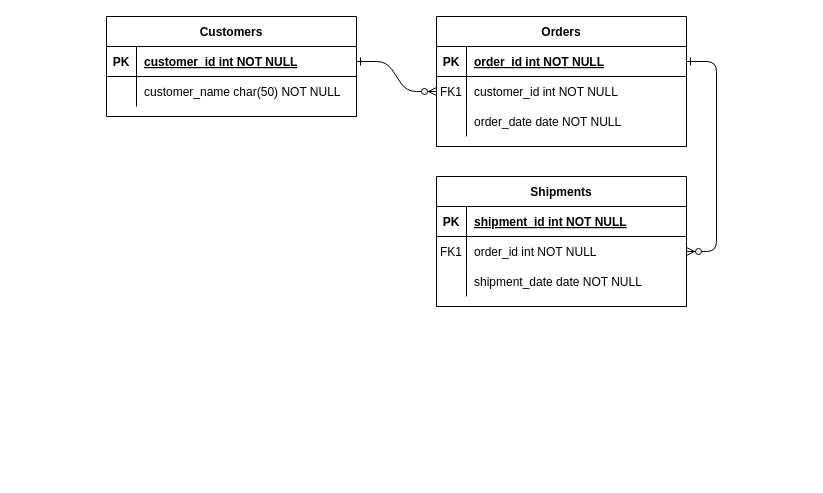
The draw.io diagram Untitled Diagram.drawio in edgarglzpz/test, before the edit. Source tidied: cells renumbered, new cells numbered last; positions are measured from the earlier drawing's top-left corner, leaving out a move shared by most shapes. Both pictures are drawn from the tidied source at 100%, with x=0, y=0 at pixel (106, 16).
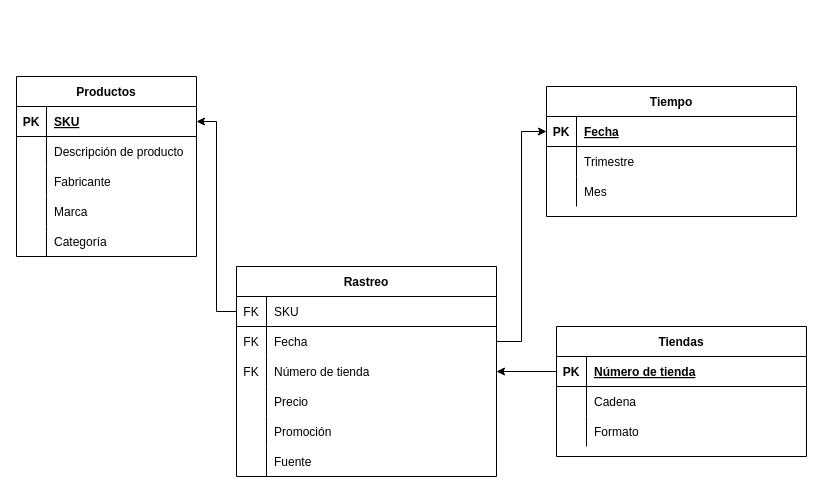
Above is the later version.

The change refers to these unchanged cells:
```xml
<mxCell id="15" style="shape=partialRectangle;fillColor=none;points=[[0,0.5],[1,0.5]];portConstraint=eastwest;top=0;left=0;right=0;bottom=1;" parent="14" vertex="1">
  <mxGeometry y="30" width="250" height="30" as="geometry" />
</mxCell>
<mxCell id="18" style="shape=partialRectangle;fillColor=none;points=[[0,0.5],[1,0.5]];portConstraint=eastwest;top=0;left=0;right=0;bottom=0;" parent="14" vertex="1">
  <mxGeometry y="60" width="250" height="30" as="geometry" />
</mxCell>
<mxCell id="21" style="shape=partialRectangle;fillColor=none;top=0;left=0;right=0;bottom=0;" parent="14" vertex="1">
  <mxGeometry y="90" width="250" height="30" as="geometry" />
</mxCell>
```

Diff of the diagram source:
```diff
@@
-    <mxCell id="2" style="edgeStyle=entityRelationEdgeStyle;endArrow=ERzeroToMany;startArrow=ERone;endFill=1;startFill=0;" parent="1" edge="1" source="25" target="8">
-      <mxGeometry relative="1" as="geometry" />
-    </mxCell>
-    <mxCell id="3" style="edgeStyle=entityRelationEdgeStyle;endArrow=ERzeroToMany;startArrow=ERone;endFill=1;startFill=0;" parent="1" edge="1" source="5" target="18">
-      <mxGeometry relative="1" as="geometry" />
-    </mxCell>
-    <mxCell id="4" value="Orders" style="shape=table;startSize=30;childLayout=tableLayout;rowLines=0;fontStyle=1;align=center;" parent="1" vertex="1">
-      <mxGeometry x="330" width="250" height="130" as="geometry" />
+    <mxCell id="4" value="Rastreo" style="shape=table;startSize=30;childLayout=tableLayout;rowLines=0;fontStyle=1;align=center;flipH=1;" parent="1" vertex="1">
+      <mxGeometry x="130" y="250" width="260" height="210" as="geometry" />
     </mxCell>
     <mxCell id="5" style="shape=partialRectangle;fillColor=none;points=[[0,0.5],[1,0.5]];portConstraint=eastwest;top=0;left=0;right=0;bottom=1;" parent="4" vertex="1">
-      <mxGeometry y="30" width="250" height="30" as="geometry" />
+      <mxGeometry y="30" width="260" height="30" as="geometry" />
     </mxCell>
-    <mxCell id="6" value="PK" style="shape=partialRectangle;overflow=hidden;fillColor=none;top=0;left=0;bottom=0;right=0;fontStyle=1;" parent="5" vertex="1">
+    <mxCell id="6" value="FK" style="shape=partialRectangle;overflow=hidden;fillColor=none;top=0;left=0;bottom=0;right=0;fontStyle=0;" parent="5" vertex="1">
       <mxGeometry width="30" height="30" as="geometry" />
     </mxCell>
-    <mxCell id="7" value="order_id int NOT NULL " style="shape=partialRectangle;overflow=hidden;fillColor=none;top=0;left=0;bottom=0;right=0;align=left;spacingLeft=6;fontStyle=5;" parent="5" vertex="1">
-      <mxGeometry x="30" width="220" height="30" as="geometry" />
+    <mxCell id="7" value="SKU" style="shape=partialRectangle;overflow=hidden;fillColor=none;top=0;left=0;bottom=0;right=0;align=left;spacingLeft=6;fontStyle=0;" parent="5" vertex="1">
+      <mxGeometry x="30" width="230" height="30" as="geometry" />
     </mxCell>
     <mxCell id="8" style="shape=partialRectangle;fillColor=none;points=[[0,0.5],[1,0.5]];portConstraint=eastwest;top=0;left=0;right=0;bottom=0;" parent="4" vertex="1">
-      <mxGeometry y="60" width="250" height="30" as="geometry" />
+      <mxGeometry y="60" width="260" height="30" as="geometry" />
     </mxCell>
-    <mxCell id="9" value="FK1" style="shape=partialRectangle;overflow=hidden;fillColor=none;top=0;left=0;bottom=0;right=0;" parent="8" vertex="1">
+    <mxCell id="9" value="FK" style="shape=partialRectangle;overflow=hidden;fillColor=none;top=0;left=0;bottom=0;right=0;" parent="8" vertex="1">
       <mxGeometry width="30" height="30" as="geometry" />
     </mxCell>
-    <mxCell id="10" value="customer_id int NOT NULL" style="shape=partialRectangle;overflow=hidden;fillColor=none;top=0;left=0;bottom=0;right=0;align=left;spacingLeft=6;" parent="8" vertex="1">
-      <mxGeometry x="30" width="220" height="30" as="geometry" />
+    <mxCell id="10" value="Fecha" style="shape=partialRectangle;overflow=hidden;fillColor=none;top=0;left=0;bottom=0;right=0;align=left;spacingLeft=6;" parent="8" vertex="1">
+      <mxGeometry x="30" width="230" height="30" as="geometry" />
     </mxCell>
     <mxCell id="11" style="shape=partialRectangle;fillColor=none;points=[[0,0.5],[1,0.5]];portConstraint=eastwest;top=0;left=0;right=0;bottom=0;" parent="4" vertex="1">
-      <mxGeometry y="90" width="250" height="30" as="geometry" />
+      <mxGeometry y="90" width="260" height="30" as="geometry" />
     </mxCell>
-    <mxCell id="12" style="shape=partialRectangle;overflow=hidden;fillColor=none;top=0;left=0;bottom=0;right=0;" parent="11" vertex="1">
+    <mxCell id="12" value="FK" style="shape=partialRectangle;overflow=hidden;fillColor=none;top=0;left=0;bottom=0;right=0;" parent="11" vertex="1">
       <mxGeometry width="30" height="30" as="geometry" />
     </mxCell>
-    <mxCell id="13" value="order_date date NOT NULL" style="shape=partialRectangle;overflow=hidden;fillColor=none;top=0;left=0;bottom=0;right=0;align=left;spacingLeft=6;" parent="11" vertex="1">
-      <mxGeometry x="30" width="220" height="30" as="geometry" />
+    <mxCell id="13" value="Número de tienda" style="shape=partialRectangle;overflow=hidden;fillColor=none;top=0;left=0;bottom=0;right=0;align=left;spacingLeft=6;" parent="11" vertex="1">
+      <mxGeometry x="30" width="230" height="30" as="geometry" />
     </mxCell>
+    <mxCell id="31" style="shape=partialRectangle;fillColor=none;top=0;left=0;right=0;bottom=0;" parent="4" vertex="1">
+      <mxGeometry y="120" width="260" height="30" as="geometry" />
+    </mxCell>
+    <mxCell id="32" style="shape=partialRectangle;overflow=hidden;fillColor=none;top=0;left=0;bottom=0;right=0;" parent="31" vertex="1">
+      <mxGeometry width="30" height="30" as="geometry" />
+    </mxCell>
+    <mxCell id="33" value="Precio" style="shape=partialRectangle;overflow=hidden;fillColor=none;top=0;left=0;bottom=0;right=0;align=left;spacingLeft=6;" parent="31" vertex="1">
+      <mxGeometry x="30" width="230" height="30" as="geometry" />
+    </mxCell>
+    <mxCell id="34" style="shape=partialRectangle;fillColor=none;top=0;left=0;right=0;bottom=0;" parent="4" vertex="1">
+      <mxGeometry y="150" width="260" height="30" as="geometry" />
+    </mxCell>
+    <mxCell id="35" style="shape=partialRectangle;overflow=hidden;fillColor=none;top=0;left=0;bottom=0;right=0;" parent="34" vertex="1">
+      <mxGeometry width="30" height="30" as="geometry" />
+    </mxCell>
+    <mxCell id="36" value="Promoción" style="shape=partialRectangle;overflow=hidden;fillColor=none;top=0;left=0;bottom=0;right=0;align=left;spacingLeft=6;" parent="34" vertex="1">
+      <mxGeometry x="30" width="230" height="30" as="geometry" />
+    </mxCell>
+    <mxCell id="37" style="shape=partialRectangle;fillColor=none;top=0;left=0;right=0;bottom=0;" parent="4" vertex="1">
+      <mxGeometry y="180" width="260" height="30" as="geometry" />
+    </mxCell>
+    <mxCell id="38" style="shape=partialRectangle;overflow=hidden;fillColor=none;top=0;left=0;bottom=0;right=0;" parent="37" vertex="1">
+      <mxGeometry width="30" height="30" as="geometry" />
+    </mxCell>
+    <mxCell id="39" value="Fuente" style="shape=partialRectangle;overflow=hidden;fillColor=none;top=0;left=0;bottom=0;right=0;align=left;spacingLeft=6;" parent="37" vertex="1">
+      <mxGeometry x="30" width="230" height="30" as="geometry" />
+    </mxCell>
-    <mxCell id="14" value="Shipments" style="shape=table;startSize=30;childLayout=tableLayout;rowLines=0;fontStyle=1;align=center;" parent="1" vertex="1">
-      <mxGeometry x="330" y="160" width="250" height="130" as="geometry" />
+    <mxCell id="14" value="Tiendas" style="shape=table;startSize=30;childLayout=tableLayout;rowLines=0;fontStyle=1;align=center;" parent="1" vertex="1">
+      <mxGeometry x="450" y="310" width="250" height="130" as="geometry" />
     </mxCell>
@@
-    <mxCell id="17" value="shipment_id int NOT NULL " style="shape=partialRectangle;overflow=hidden;fillColor=none;top=0;left=0;bottom=0;right=0;align=left;spacingLeft=6;fontStyle=5;" parent="15" vertex="1">
+    <mxCell id="17" value="Número de tienda" style="shape=partialRectangle;overflow=hidden;fillColor=none;top=0;left=0;bottom=0;right=0;align=left;spacingLeft=6;fontStyle=5;" parent="15" vertex="1">
       <mxGeometry x="30" width="220" height="30" as="geometry" />
     </mxCell>
@@
-    <mxCell id="19" value="FK1" style="shape=partialRectangle;overflow=hidden;fillColor=none;top=0;left=0;bottom=0;right=0;" parent="18" vertex="1">
+    <mxCell id="19" style="shape=partialRectangle;overflow=hidden;fillColor=none;top=0;left=0;bottom=0;right=0;" parent="18" vertex="1">
       <mxGeometry width="30" height="30" as="geometry" />
     </mxCell>
-    <mxCell id="20" value="order_id int NOT NULL" style="shape=partialRectangle;overflow=hidden;fillColor=none;top=0;left=0;bottom=0;right=0;align=left;spacingLeft=6;" parent="18" vertex="1">
+    <mxCell id="20" value="Cadena" style="shape=partialRectangle;overflow=hidden;fillColor=none;top=0;left=0;bottom=0;right=0;align=left;spacingLeft=6;" parent="18" vertex="1">
       <mxGeometry x="30" width="220" height="30" as="geometry" />
     </mxCell>
@@
-    <mxCell id="23" value="shipment_date date NOT NULL" style="shape=partialRectangle;overflow=hidden;fillColor=none;top=0;left=0;bottom=0;right=0;align=left;spacingLeft=6;" parent="21" vertex="1">
+    <mxCell id="23" value="Formato" style="shape=partialRectangle;overflow=hidden;fillColor=none;top=0;left=0;bottom=0;right=0;align=left;spacingLeft=6;" parent="21" vertex="1">
       <mxGeometry x="30" width="220" height="30" as="geometry" />
     </mxCell>
-    <mxCell id="24" value="Customers" style="shape=table;startSize=30;childLayout=tableLayout;rowLines=0;fontStyle=1;align=center;" parent="1" vertex="1">
-      <mxGeometry width="250" height="100" as="geometry" />
+    <mxCell id="24" value="Productos" style="shape=table;startSize=30;childLayout=tableLayout;rowLines=0;fontStyle=1;align=center;" parent="1" vertex="1">
+      <mxGeometry x="-90" y="60" width="180" height="180" as="geometry" />
     </mxCell>
     <mxCell id="25" style="shape=partialRectangle;fillColor=none;points=[[0,0.5],[1,0.5]];portConstraint=eastwest;top=0;left=0;right=0;bottom=1;" parent="24" vertex="1">
-      <mxGeometry y="30" width="250" height="30" as="geometry" />
+      <mxGeometry y="30" width="180" height="30" as="geometry" />
     </mxCell>
@@
-    <mxCell id="27" value="customer_id int NOT NULL " style="shape=partialRectangle;overflow=hidden;fillColor=none;top=0;left=0;bottom=0;right=0;align=left;spacingLeft=6;fontStyle=5;" parent="25" vertex="1">
-      <mxGeometry x="30" width="220" height="30" as="geometry" />
+    <mxCell id="27" value="SKU" style="shape=partialRectangle;overflow=hidden;fillColor=none;top=0;left=0;bottom=0;right=0;align=left;spacingLeft=6;fontStyle=5;" parent="25" vertex="1">
+      <mxGeometry x="30" width="150" height="30" as="geometry" />
     </mxCell>
     <mxCell id="28" style="shape=partialRectangle;fillColor=none;top=0;left=0;right=0;bottom=0;" parent="24" vertex="1">
-      <mxGeometry y="60" width="250" height="30" as="geometry" />
+      <mxGeometry y="60" width="180" height="30" as="geometry" />
     </mxCell>
@@
-    <mxCell id="30" value="customer_name char(50) NOT NULL" style="shape=partialRectangle;overflow=hidden;fillColor=none;top=0;left=0;bottom=0;right=0;align=left;spacingLeft=6;" parent="28" vertex="1">
-      <mxGeometry x="30" width="220" height="30" as="geometry" />
+    <mxCell id="30" value="Descripción de producto" style="shape=partialRectangle;overflow=hidden;fillColor=none;top=0;left=0;bottom=0;right=0;align=left;spacingLeft=6;" parent="28" vertex="1">
+      <mxGeometry x="30" width="150" height="30" as="geometry" />
     </mxCell>
+    <mxCell id="40" style="shape=partialRectangle;fillColor=none;top=0;left=0;right=0;bottom=0;" parent="24" vertex="1">
+      <mxGeometry y="90" width="180" height="30" as="geometry" />
+    </mxCell>
+    <mxCell id="41" style="shape=partialRectangle;overflow=hidden;fillColor=none;top=0;left=0;bottom=0;right=0;" parent="40" vertex="1">
+      <mxGeometry width="30" height="30" as="geometry" />
+    </mxCell>
+    <mxCell id="42" value="Fabricante" style="shape=partialRectangle;overflow=hidden;fillColor=none;top=0;left=0;bottom=0;right=0;align=left;spacingLeft=6;" parent="40" vertex="1">
+      <mxGeometry x="30" width="150" height="30" as="geometry" />
+    </mxCell>
+    <mxCell id="43" style="shape=partialRectangle;fillColor=none;top=0;left=0;right=0;bottom=0;" parent="24" vertex="1">
+      <mxGeometry y="120" width="180" height="30" as="geometry" />
+    </mxCell>
+    <mxCell id="44" style="shape=partialRectangle;overflow=hidden;fillColor=none;top=0;left=0;bottom=0;right=0;" parent="43" vertex="1">
+      <mxGeometry width="30" height="30" as="geometry" />
+    </mxCell>
+    <mxCell id="45" value="Marca" style="shape=partialRectangle;overflow=hidden;fillColor=none;top=0;left=0;bottom=0;right=0;align=left;spacingLeft=6;" parent="43" vertex="1">
+      <mxGeometry x="30" width="150" height="30" as="geometry" />
+    </mxCell>
+    <mxCell id="46" style="shape=partialRectangle;fillColor=none;top=0;left=0;right=0;bottom=0;" parent="24" vertex="1">
+      <mxGeometry y="150" width="180" height="30" as="geometry" />
+    </mxCell>
+    <mxCell id="47" style="shape=partialRectangle;overflow=hidden;fillColor=none;top=0;left=0;bottom=0;right=0;" parent="46" vertex="1">
+      <mxGeometry width="30" height="30" as="geometry" />
+    </mxCell>
+    <mxCell id="48" value="Categoría" style="shape=partialRectangle;overflow=hidden;fillColor=none;top=0;left=0;bottom=0;right=0;align=left;spacingLeft=6;" parent="46" vertex="1">
+      <mxGeometry x="30" width="150" height="30" as="geometry" />
+    </mxCell>
+    <mxCell id="49" style="edgeStyle=orthogonalEdgeStyle;rounded=0;jettySize=auto;html=1;entryX=1;entryY=0.5;entryDx=0;entryDy=0;" parent="1" edge="1" source="15" target="11">
+      <mxGeometry relative="1" as="geometry" />
+    </mxCell>
+    <mxCell id="50" style="edgeStyle=orthogonalEdgeStyle;rounded=0;jettySize=auto;html=1;entryX=1;entryY=0.5;entryDx=0;entryDy=0;" parent="1" edge="1" source="5" target="25">
+      <mxGeometry relative="1" as="geometry" />
+    </mxCell>
+    <mxCell id="51" value="Tiempo" style="shape=table;startSize=30;childLayout=tableLayout;rowLines=0;fontStyle=1;align=center;" parent="1" vertex="1">
+      <mxGeometry x="440" y="70" width="250" height="130" as="geometry" />
+    </mxCell>
+    <mxCell id="52" style="shape=partialRectangle;fillColor=none;points=[[0,0.5],[1,0.5]];portConstraint=eastwest;top=0;left=0;right=0;bottom=1;" parent="51" vertex="1">
+      <mxGeometry y="30" width="250" height="30" as="geometry" />
+    </mxCell>
+    <mxCell id="53" value="PK" style="shape=partialRectangle;overflow=hidden;fillColor=none;top=0;left=0;bottom=0;right=0;fontStyle=1;" parent="52" vertex="1">
+      <mxGeometry width="30" height="30" as="geometry" />
+    </mxCell>
+    <mxCell id="54" value="Fecha" style="shape=partialRectangle;overflow=hidden;fillColor=none;top=0;left=0;bottom=0;right=0;align=left;spacingLeft=6;fontStyle=5;" parent="52" vertex="1">
+      <mxGeometry x="30" width="220" height="30" as="geometry" />
+    </mxCell>
+    <mxCell id="55" style="shape=partialRectangle;fillColor=none;top=0;left=0;right=0;bottom=0;" parent="51" vertex="1">
+      <mxGeometry y="60" width="250" height="30" as="geometry" />
+    </mxCell>
+    <mxCell id="56" style="shape=partialRectangle;overflow=hidden;fillColor=none;top=0;left=0;bottom=0;right=0;" parent="55" vertex="1">
+      <mxGeometry width="30" height="30" as="geometry" />
+    </mxCell>
+    <mxCell id="57" value="Trimestre" style="shape=partialRectangle;overflow=hidden;fillColor=none;top=0;left=0;bottom=0;right=0;align=left;spacingLeft=6;" parent="55" vertex="1">
+      <mxGeometry x="30" width="220" height="30" as="geometry" />
+    </mxCell>
+    <mxCell id="58" style="shape=partialRectangle;fillColor=none;top=0;left=0;right=0;bottom=0;" parent="51" vertex="1">
+      <mxGeometry y="90" width="250" height="30" as="geometry" />
+    </mxCell>
+    <mxCell id="59" style="shape=partialRectangle;overflow=hidden;fillColor=none;top=0;left=0;bottom=0;right=0;" parent="58" vertex="1">
+      <mxGeometry width="30" height="30" as="geometry" />
+    </mxCell>
+    <mxCell id="60" value="Mes" style="shape=partialRectangle;overflow=hidden;fillColor=none;top=0;left=0;bottom=0;right=0;align=left;spacingLeft=6;" parent="58" vertex="1">
+      <mxGeometry x="30" width="220" height="30" as="geometry" />
+    </mxCell>
+    <mxCell id="61" style="edgeStyle=orthogonalEdgeStyle;rounded=0;jettySize=auto;html=1;entryX=0;entryY=0.5;entryDx=0;entryDy=0;" parent="1" edge="1" source="8" target="52">
+      <mxGeometry relative="1" as="geometry" />
+    </mxCell>
```
